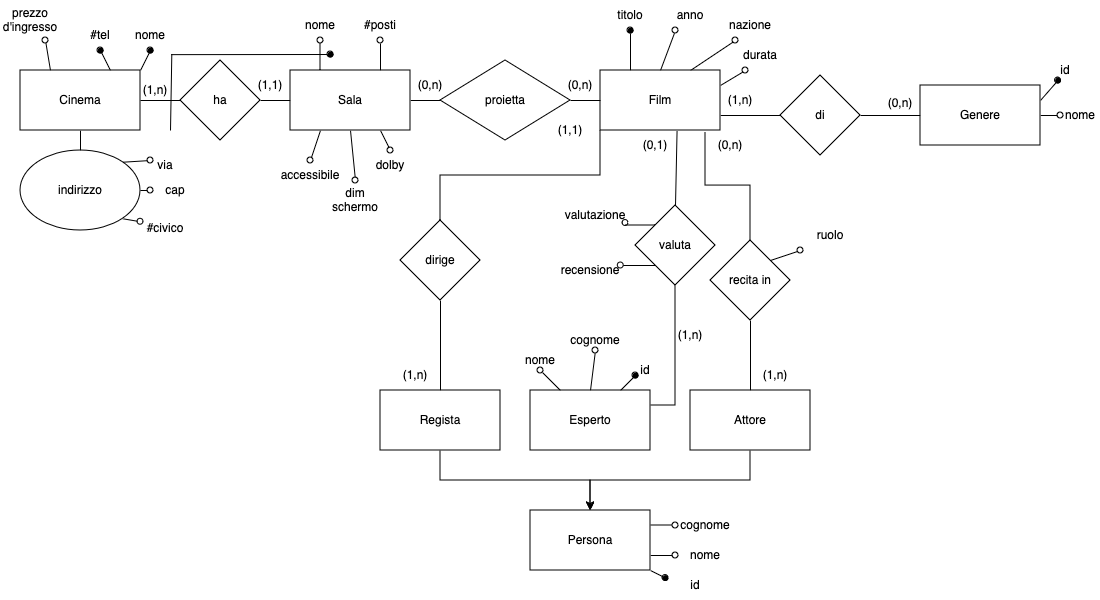
The draw.io diagram Cinema.drawio.png in GekkeijuITA/BD, before a commit. Source tidied: cells renumbered, new cells last; positions are measured from the earlier drawing's top-left corner, leaving out a move shared by most shapes.
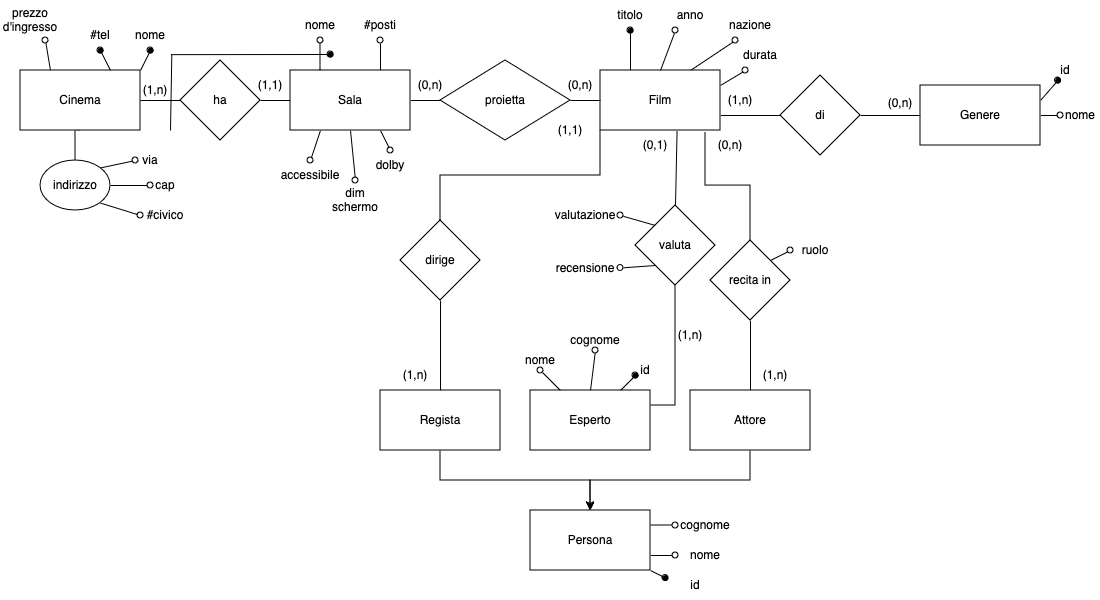
The same file after the commit.

Change to the diagram source:
```diff
@@ -138,17 +138,17 @@
     <mxCell id="43" value="Esperto" style="rounded=0;whiteSpace=wrap;html=1;" parent="1" vertex="1">
       <mxGeometry x="530" y="390" width="120" height="60" as="geometry" />
     </mxCell>
-    <mxCell id="44" style="edgeStyle=orthogonalEdgeStyle;rounded=0;jettySize=auto;html=1;exitX=0;exitY=0;exitDx=0;exitDy=0;entryX=1;entryY=0.75;entryDx=0;entryDy=0;endArrow=oval;endFill=0;" parent="1" edge="1" source="45" target="46">
+    <mxCell id="44" style="rounded=0;jettySize=auto;html=1;exitX=0;exitY=0;exitDx=0;exitDy=0;entryX=1;entryY=0.5;entryDx=0;entryDy=0;endArrow=oval;endFill=0;" parent="1" edge="1" source="45" target="46">
       <mxGeometry relative="1" as="geometry" />
     </mxCell>
     <mxCell id="45" value="valuta" style="rhombus;whiteSpace=wrap;html=1;rounded=0;" parent="1" vertex="1">
       <mxGeometry x="635" y="205" width="80" height="80" as="geometry" />
     </mxCell>
     <mxCell id="46" value="&lt;div&gt;valutazione&lt;/div&gt;" style="text;html=1;align=center;verticalAlign=middle;whiteSpace=wrap;rounded=0;" parent="1" vertex="1">
-      <mxGeometry x="565" y="200" width="60" height="30" as="geometry" />
+      <mxGeometry x="550" y="200" width="70" height="30" as="geometry" />
     </mxCell>
     <mxCell id="47" value="recensione" style="text;html=1;align=center;verticalAlign=middle;whiteSpace=wrap;rounded=0;" parent="1" vertex="1">
-      <mxGeometry x="560" y="255" width="60" height="30" as="geometry" />
+      <mxGeometry x="550" y="255" width="70" height="25" as="geometry" />
     </mxCell>
     <mxCell id="48" style="edgeStyle=orthogonalEdgeStyle;rounded=0;jettySize=auto;html=1;exitX=0.5;exitY=0;exitDx=0;exitDy=0;entryX=0.5;entryY=1;entryDx=0;entryDy=0;endArrow=none;endFill=0;" parent="1" edge="1" source="50" target="52">
       <mxGeometry relative="1" as="geometry" />
@@ -159,7 +159,7 @@
     <mxCell id="50" value="&lt;div&gt;Attore&lt;/div&gt;" style="rounded=0;whiteSpace=wrap;html=1;" parent="1" vertex="1">
       <mxGeometry x="690" y="390" width="120" height="60" as="geometry" />
     </mxCell>
-    <mxCell id="51" style="rounded=0;jettySize=auto;html=1;exitX=1;exitY=0;exitDx=0;exitDy=0;entryX=0;entryY=1;entryDx=0;entryDy=0;endArrow=oval;endFill=0;" parent="1" edge="1" source="52" target="72">
+    <mxCell id="51" style="rounded=0;jettySize=auto;html=1;exitX=1;exitY=0;exitDx=0;exitDy=0;entryX=0;entryY=0.5;entryDx=0;entryDy=0;endArrow=oval;endFill=0;" parent="1" edge="1" source="52" target="72">
       <mxGeometry relative="1" as="geometry" />
     </mxCell>
     <mxCell id="52" value="recita in" style="rhombus;whiteSpace=wrap;html=1;rounded=0;" parent="1" vertex="1">
@@ -189,7 +189,7 @@
     <mxCell id="60" style="rounded=0;jettySize=auto;html=1;exitX=0.5;exitY=0;exitDx=0;exitDy=0;entryX=0.875;entryY=1.028;entryDx=0;entryDy=0;entryPerimeter=0;endArrow=none;endFill=0;edgeStyle=orthogonalEdgeStyle;" parent="1" edge="1" source="52" target="20">
       <mxGeometry relative="1" as="geometry" />
     </mxCell>
-    <mxCell id="61" style="edgeStyle=orthogonalEdgeStyle;rounded=0;jettySize=auto;html=1;exitX=0;exitY=1;exitDx=0;exitDy=0;entryX=1.001;entryY=0.356;entryDx=0;entryDy=0;entryPerimeter=0;endArrow=oval;endFill=0;" parent="1" edge="1" source="45" target="47">
+    <mxCell id="61" style="rounded=0;jettySize=auto;html=1;exitX=0;exitY=1;exitDx=0;exitDy=0;entryX=1;entryY=0.5;entryDx=0;entryDy=0;endArrow=oval;endFill=0;" parent="1" edge="1" source="45" target="47">
       <mxGeometry relative="1" as="geometry" />
     </mxCell>
     <mxCell id="62" value="(0,1)" style="text;html=1;align=center;verticalAlign=middle;whiteSpace=wrap;rounded=0;" parent="1" vertex="1">
@@ -223,7 +223,7 @@
       <mxGeometry x="700" y="130" width="60" height="30" as="geometry" />
     </mxCell>
     <mxCell id="72" value="ruolo" style="text;html=1;align=center;verticalAlign=middle;whiteSpace=wrap;rounded=0;" parent="1" vertex="1">
-      <mxGeometry x="800" y="220" width="60" height="30" as="geometry" />
+      <mxGeometry x="790" y="240" width="50" height="20" as="geometry" />
     </mxCell>
     <mxCell id="73" value="nome" style="text;html=1;align=center;verticalAlign=middle;whiteSpace=wrap;rounded=0;" parent="1" vertex="1">
       <mxGeometry x="675" y="540" width="60" height="30" as="geometry" />
@@ -246,17 +246,17 @@
     <mxCell id="79" value="nome" style="text;html=1;align=center;verticalAlign=middle;whiteSpace=wrap;rounded=0;" parent="1" vertex="1">
       <mxGeometry x="120" y="20" width="60" height="30" as="geometry" />
     </mxCell>
-    <mxCell id="80" style="rounded=0;jettySize=auto;html=1;exitX=1;exitY=0;exitDx=0;exitDy=0;entryX=0;entryY=0.25;entryDx=0;entryDy=0;endArrow=oval;endFill=0;" parent="1" edge="1" source="83" target="89">
+    <mxCell id="80" style="rounded=0;jettySize=auto;html=1;exitX=1;exitY=0;exitDx=0;exitDy=0;entryX=0;entryY=0.5;entryDx=0;entryDy=0;endArrow=oval;endFill=0;" parent="1" edge="1" source="83" target="89">
       <mxGeometry relative="1" as="geometry" />
     </mxCell>
-    <mxCell id="81" style="rounded=0;jettySize=auto;html=1;exitX=1;exitY=1;exitDx=0;exitDy=0;entryX=0;entryY=0.25;entryDx=0;entryDy=0;endArrow=oval;endFill=0;" parent="1" edge="1" source="83" target="93">
+    <mxCell id="81" style="rounded=0;jettySize=auto;html=1;exitX=1;exitY=1;exitDx=0;exitDy=0;entryX=0;entryY=0.5;entryDx=0;entryDy=0;endArrow=oval;endFill=0;" parent="1" edge="1" source="83" target="93">
       <mxGeometry relative="1" as="geometry" />
     </mxCell>
-    <mxCell id="82" style="edgeStyle=orthogonalEdgeStyle;rounded=0;jettySize=auto;html=1;exitX=1;exitY=0.5;exitDx=0;exitDy=0;entryX=0;entryY=0.5;entryDx=0;entryDy=0;endArrow=oval;endFill=0;" parent="1" edge="1" source="83" target="95">
+    <mxCell id="82" style="rounded=0;jettySize=auto;html=1;exitX=1;exitY=0.5;exitDx=0;exitDy=0;entryX=0;entryY=0.5;entryDx=0;entryDy=0;endArrow=oval;endFill=0;" parent="1" edge="1" source="83" target="95">
       <mxGeometry relative="1" as="geometry" />
     </mxCell>
     <mxCell id="83" value="&lt;div&gt;indirizzo&lt;/div&gt;" style="ellipse;whiteSpace=wrap;html=1;" parent="1" vertex="1">
-      <mxGeometry x="20" y="150" width="120" height="80" as="geometry" />
+      <mxGeometry x="40" y="160" width="70" height="50" as="geometry" />
     </mxCell>
     <mxCell id="84" value="#tel" style="text;html=1;align=center;verticalAlign=middle;whiteSpace=wrap;rounded=0;" parent="1" vertex="1">
       <mxGeometry x="70" y="20" width="60" height="30" as="geometry" />
@@ -274,7 +274,7 @@
       <mxGeometry x="290" y="10" width="60" height="30" as="geometry" />
     </mxCell>
     <mxCell id="89" value="via" style="text;html=1;align=center;verticalAlign=middle;whiteSpace=wrap;rounded=0;" parent="1" vertex="1">
-      <mxGeometry x="150" y="155" width="30" height="20" as="geometry" />
+      <mxGeometry x="135" y="150" width="30" height="20" as="geometry" />
     </mxCell>
     <mxCell id="90" value="#posti" style="text;html=1;align=center;verticalAlign=middle;whiteSpace=wrap;rounded=0;" parent="1" vertex="1">
       <mxGeometry x="350" y="10" width="60" height="30" as="geometry" />
@@ -286,13 +286,13 @@
       <mxGeometry x="360" y="150" width="60" height="30" as="geometry" />
     </mxCell>
     <mxCell id="93" value="#civico" style="text;html=1;align=center;verticalAlign=middle;whiteSpace=wrap;rounded=0;" parent="1" vertex="1">
-      <mxGeometry x="140" y="215" width="50" height="25" as="geometry" />
+      <mxGeometry x="140" y="210" width="50" height="10" as="geometry" />
     </mxCell>
     <mxCell id="94" value="dim schermo" style="text;html=1;align=center;verticalAlign=middle;whiteSpace=wrap;rounded=0;" parent="1" vertex="1">
       <mxGeometry x="325" y="180" width="60" height="40" as="geometry" />
     </mxCell>
     <mxCell id="95" value="cap" style="text;html=1;align=center;verticalAlign=middle;whiteSpace=wrap;rounded=0;" parent="1" vertex="1">
-      <mxGeometry x="150" y="175" width="50" height="30" as="geometry" />
+      <mxGeometry x="150" y="177.5" width="30" height="15" as="geometry" />
     </mxCell>
     <mxCell id="96" style="endArrow=none;html=1;rounded=0;entryX=0.855;entryY=1.138;entryDx=0;entryDy=0;entryPerimeter=0;" parent="1" edge="1" target="79">
       <mxGeometry relative="1" as="geometry">
```
